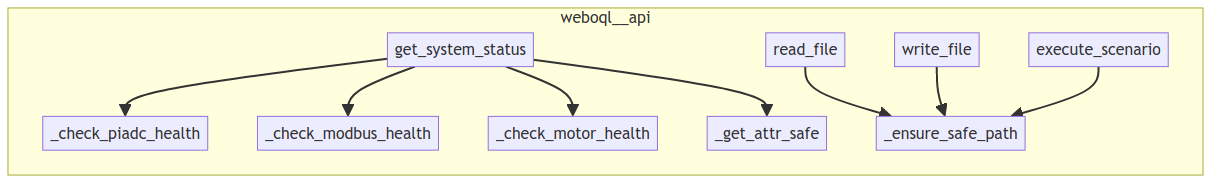
Above: project/calls.png in oqlos/weboql (Mermaid), before the change. Its source is kept beside it as project/calls.mmd. Its diagram source:
```mermaid
flowchart LR
    subgraph weboql__api
        weboql__api__editor___check_piadc_health["_check_piadc_health"]
        weboql__api__editor__write_file["write_file"]
        weboql__api__editor__get_system_status["get_system_status"]
        weboql__api__editor__execute_scenario["execute_scenario"]
        weboql__api__editor___ensure_safe_path["_ensure_safe_path"]
        weboql__api__editor___check_motor_health["_check_motor_health"]
        weboql__api__editor___get_attr_safe["_get_attr_safe"]
        weboql__api__editor___check_modbus_health["_check_modbus_health"]
        weboql__api__editor__read_file["read_file"]
    end
    weboql__api__editor__get_system_status --> weboql__api__editor___check_modbus_health
    weboql__api__editor__get_system_status --> weboql__api__editor___check_piadc_health
    weboql__api__editor__get_system_status --> weboql__api__editor___check_motor_health
    weboql__api__editor__get_system_status --> weboql__api__editor___get_attr_safe
    weboql__api__editor__read_file --> weboql__api__editor___ensure_safe_path
    weboql__api__editor__write_file --> weboql__api__editor___ensure_safe_path
    weboql__api__editor__execute_scenario --> weboql__api__editor___ensure_safe_path
```
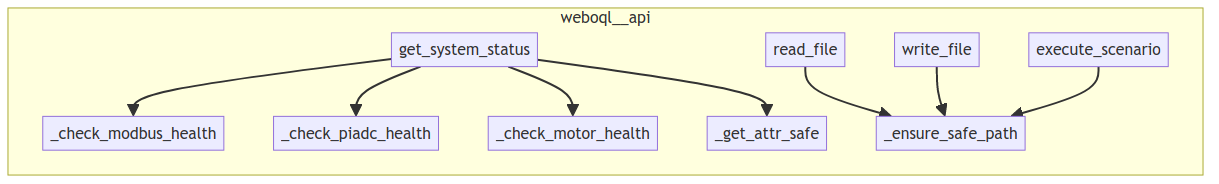
Later version of the same file.

Change to the diagram source:
```diff
@@ -1,14 +1,14 @@
 flowchart LR
     subgraph weboql__api
+        weboql__api__editor__read_file["read_file"]
+        weboql__api__editor___ensure_safe_path["_ensure_safe_path"]
+        weboql__api__editor__write_file["write_file"]
         weboql__api__editor___check_piadc_health["_check_piadc_health"]
-        weboql__api__editor__write_file["write_file"]
-        weboql__api__editor__get_system_status["get_system_status"]
-        weboql__api__editor__execute_scenario["execute_scenario"]
-        weboql__api__editor___ensure_safe_path["_ensure_safe_path"]
         weboql__api__editor___check_motor_health["_check_motor_health"]
         weboql__api__editor___get_attr_safe["_get_attr_safe"]
+        weboql__api__editor__execute_scenario["execute_scenario"]
+        weboql__api__editor__get_system_status["get_system_status"]
         weboql__api__editor___check_modbus_health["_check_modbus_health"]
-        weboql__api__editor__read_file["read_file"]
     end
     weboql__api__editor__get_system_status --> weboql__api__editor___check_modbus_health
     weboql__api__editor__get_system_status --> weboql__api__editor___check_piadc_health
```
